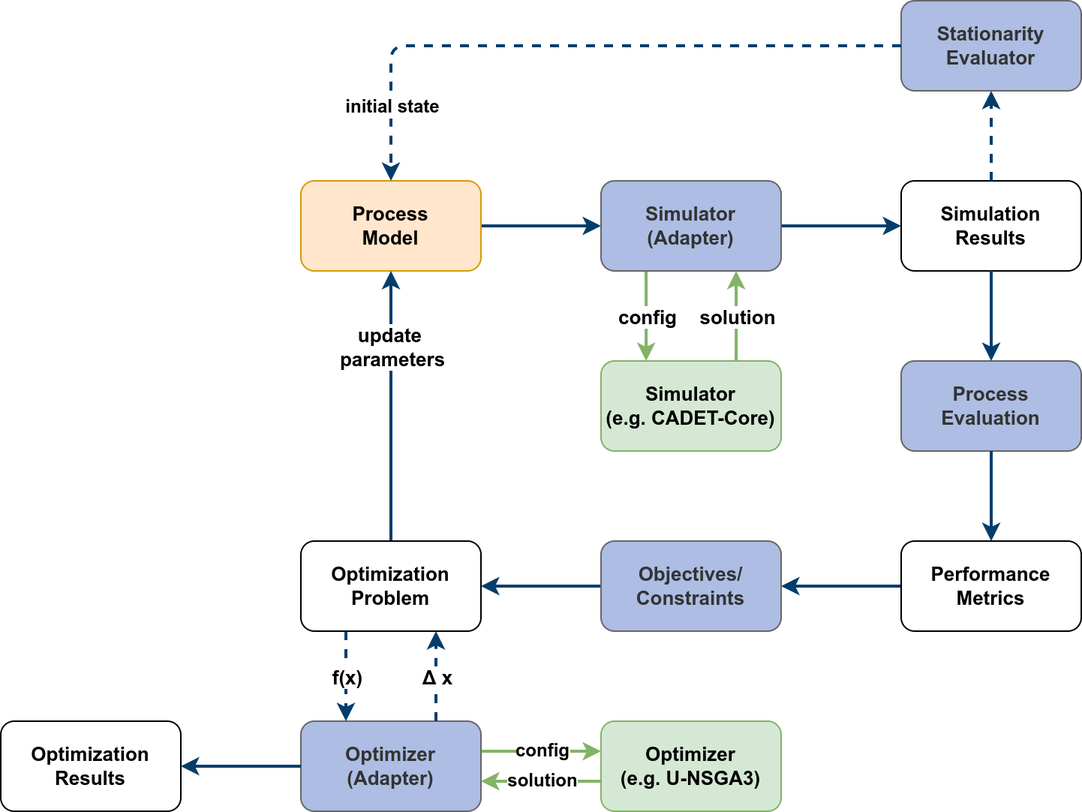
Above: doc/04_implementation/figures/framework_overview.png in schmoelder/diss (draw.io), before the change. Source tidied: cells renumbered, new cells last; positions are measured from the earlier drawing's top-left corner, leaving out a move shared by most shapes.
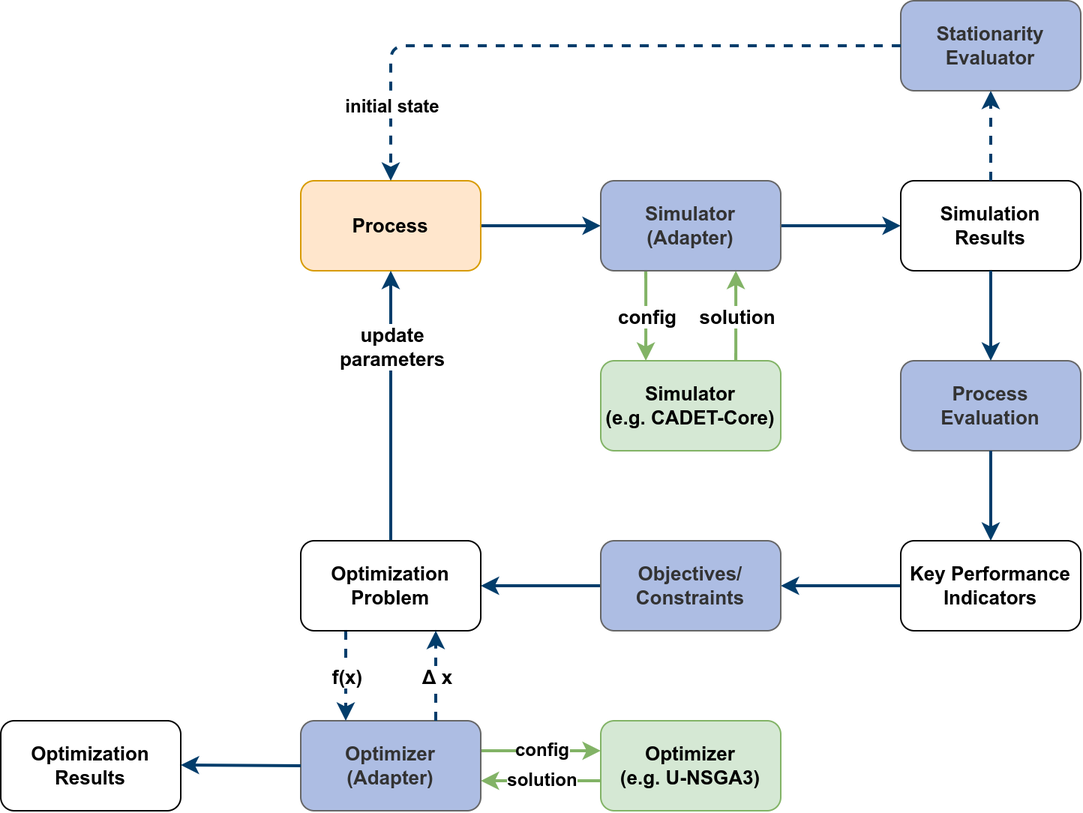
After the change.

The edit, as a diff of the source:
```diff
@@ -2,52 +2,52 @@
   <root>
     <mxCell id="0" />
     <mxCell id="1" parent="0" />
-    <mxCell id="2" style="strokeColor=#023d6b;strokeWidth=2;edgeStyle=orthogonalEdgeStyle;fontSize=13;fontStyle=1;elbow=vertical;startArrow=none;" parent="1" edge="1" source="35" target="27">
+    <mxCell id="2" style="strokeColor=#023d6b;strokeWidth=2;edgeStyle=orthogonalEdgeStyle;fontSize=13;fontStyle=1;elbow=vertical;startArrow=none;labelBackgroundColor=none;" parent="1" edge="1" source="35" target="27">
       <mxGeometry relative="1" as="geometry" />
     </mxCell>
-    <mxCell id="3" style="strokeColor=#023d6b;strokeWidth=2;edgeStyle=elbowEdgeStyle;fontSize=13;fontStyle=1;" parent="1" edge="1" source="31" target="35">
+    <mxCell id="3" style="strokeColor=#023d6b;strokeWidth=2;edgeStyle=elbowEdgeStyle;fontSize=13;fontStyle=1;labelBackgroundColor=none;" parent="1" edge="1" source="31" target="35">
       <mxGeometry relative="1" as="geometry" />
     </mxCell>
-    <mxCell id="4" style="edgeStyle=elbowEdgeStyle;elbow=horizontal;strokeColor=#82b366;strokeWidth=2;fontSize=13;fontStyle=1;fillColor=#d5e8d4;" parent="1" edge="1" source="17" target="22">
+    <mxCell id="4" style="edgeStyle=elbowEdgeStyle;elbow=horizontal;strokeColor=#82b366;strokeWidth=2;fontSize=13;fontStyle=1;fillColor=#d5e8d4;labelBackgroundColor=none;" parent="1" edge="1" source="17" target="22">
       <mxGeometry relative="1" as="geometry">
         <Array as="points">
           <mxPoint x="390.1" y="500" />
         </Array>
       </mxGeometry>
     </mxCell>
-    <mxCell id="5" value="config" style="text;html=1;align=center;verticalAlign=middle;labelBackgroundColor=#ffffff;fontStyle=1;horizontal=1;spacingBottom=0;" parent="4" vertex="1">
+    <mxCell id="5" value="config" style="text;html=1;align=center;verticalAlign=middle;labelBackgroundColor=default;fontStyle=1;horizontal=1;spacingBottom=0;" parent="4" vertex="1">
       <mxGeometry relative="1" as="geometry">
         <mxPoint y="-1" as="offset" />
       </mxGeometry>
     </mxCell>
-    <mxCell id="6" style="edgeStyle=elbowEdgeStyle;elbow=horizontal;strokeColor=#82b366;strokeWidth=2;fontSize=13;fontStyle=1;endArrow=none;endFill=0;startArrow=classic;startFill=1;fillColor=#d5e8d4;" parent="1" edge="1" source="17" target="22">
+    <mxCell id="6" style="edgeStyle=elbowEdgeStyle;elbow=horizontal;strokeColor=#82b366;strokeWidth=2;fontSize=13;fontStyle=1;endArrow=none;endFill=0;startArrow=classic;startFill=1;fillColor=#d5e8d4;labelBackgroundColor=none;" parent="1" edge="1" source="17" target="22">
       <mxGeometry relative="1" as="geometry">
         <Array as="points">
           <mxPoint x="390.1" y="520" />
         </Array>
       </mxGeometry>
     </mxCell>
-    <mxCell id="7" value="solution" style="text;html=1;align=center;verticalAlign=middle;labelBackgroundColor=#ffffff;fontStyle=1;" parent="6" vertex="1">
+    <mxCell id="7" value="solution" style="text;html=1;align=center;verticalAlign=middle;labelBackgroundColor=default;fontStyle=1;" parent="6" vertex="1">
       <mxGeometry relative="1" as="geometry">
         <mxPoint y="-1" as="offset" />
       </mxGeometry>
     </mxCell>
-    <mxCell id="8" style="edgeStyle=elbowEdgeStyle;elbow=horizontal;strokeColor=#023d6b;strokeWidth=2;fontSize=13;fontStyle=1;" parent="1" edge="1" source="9" target="34">
+    <mxCell id="8" style="edgeStyle=elbowEdgeStyle;elbow=horizontal;strokeColor=#023d6b;strokeWidth=2;fontSize=13;fontStyle=1;labelBackgroundColor=none;" parent="1" edge="1" source="9" target="34">
       <mxGeometry relative="1" as="geometry" />
     </mxCell>
-    <mxCell id="9" value="Process&lt;br&gt;Model" style="rounded=1;whiteSpace=wrap;html=1;shadow=0;glass=0;comic=0;fontSize=13;fontStyle=1;fillColor=#ffe6cc;strokeColor=#d79b00;" parent="1" vertex="1">
+    <mxCell id="9" value="Process" style="rounded=1;whiteSpace=wrap;html=1;shadow=0;glass=0;comic=0;fontSize=13;fontStyle=1;fillColor=#ffe6cc;strokeColor=#d79b00;labelBackgroundColor=none;" parent="1" vertex="1">
       <mxGeometry x="200" y="120" width="120" height="60" as="geometry" />
     </mxCell>
-    <mxCell id="10" value="Simulation&lt;br&gt;Results" style="rounded=1;whiteSpace=wrap;html=1;shadow=0;glass=0;comic=0;fontSize=13;fontStyle=1;" parent="1" vertex="1">
+    <mxCell id="10" value="Simulation&lt;br&gt;Results" style="rounded=1;whiteSpace=wrap;html=1;shadow=0;glass=0;comic=0;fontSize=13;fontStyle=1;labelBackgroundColor=none;" parent="1" vertex="1">
       <mxGeometry x="600" y="120" width="120" height="60" as="geometry" />
     </mxCell>
-    <mxCell id="11" style="elbow=horizontal;strokeColor=#023d6b;strokeWidth=2;fontSize=13;fontStyle=1;startArrow=none;dashed=1;" parent="1" edge="1" source="10" target="23">
+    <mxCell id="11" style="elbow=horizontal;strokeColor=#023d6b;strokeWidth=2;fontSize=13;fontStyle=1;startArrow=none;dashed=1;labelBackgroundColor=none;" parent="1" edge="1" source="10" target="23">
       <mxGeometry relative="1" as="geometry" />
     </mxCell>
-    <mxCell id="12" value="Simulator&lt;br&gt;(e.g. CADET-Core)" style="rounded=1;whiteSpace=wrap;html=1;shadow=0;glass=0;comic=0;fillColor=#d5e8d4;strokeColor=#82b366;fontSize=13;fontStyle=1;" parent="1" vertex="1">
+    <mxCell id="12" value="Simulator&lt;br&gt;(e.g. CADET-Core)" style="rounded=1;whiteSpace=wrap;html=1;shadow=0;glass=0;comic=0;fillColor=#d5e8d4;strokeColor=#82b366;fontSize=13;fontStyle=1;labelBackgroundColor=none;" parent="1" vertex="1">
       <mxGeometry x="400" y="240" width="120" height="60" as="geometry" />
     </mxCell>
-    <mxCell id="13" style="edgeStyle=elbowEdgeStyle;elbow=horizontal;strokeColor=#82b366;strokeWidth=2;fontSize=13;fontStyle=1;fillColor=#d5e8d4;" parent="1" edge="1">
+    <mxCell id="13" style="edgeStyle=elbowEdgeStyle;elbow=horizontal;strokeColor=#82b366;strokeWidth=2;fontSize=13;fontStyle=1;fillColor=#d5e8d4;labelBackgroundColor=none;" parent="1" edge="1">
       <mxGeometry relative="1" as="geometry">
         <mxPoint x="490.1" y="240" as="sourcePoint" />
         <mxPoint x="490.1" y="180" as="targetPoint" />
@@ -56,10 +56,10 @@
         </Array>
       </mxGeometry>
     </mxCell>
-    <mxCell id="14" value="solution" style="text;html=1;align=center;verticalAlign=middle;labelBackgroundColor=#ffffff;fontSize=13;fontStyle=1;" parent="13" vertex="1">
+    <mxCell id="14" value="solution" style="text;html=1;align=center;verticalAlign=middle;labelBackgroundColor=default;fontSize=13;fontStyle=1;" parent="13" vertex="1">
       <mxGeometry relative="1" as="geometry" />
     </mxCell>
-    <mxCell id="15" style="edgeStyle=elbowEdgeStyle;elbow=horizontal;strokeColor=#82b366;strokeWidth=2;align=center;fontSize=13;fontStyle=1;fillColor=#d5e8d4;" parent="1" edge="1" source="34" target="12">
+    <mxCell id="15" style="edgeStyle=elbowEdgeStyle;elbow=horizontal;strokeColor=#82b366;strokeWidth=2;align=center;fontSize=13;fontStyle=1;fillColor=#d5e8d4;labelBackgroundColor=none;" parent="1" edge="1" source="34" target="12">
       <mxGeometry relative="1" as="geometry">
         <Array as="points">
           <mxPoint x="430.1" y="200" />
@@ -67,86 +67,86 @@
         </Array>
       </mxGeometry>
     </mxCell>
-    <mxCell id="16" value="config" style="text;html=1;align=center;verticalAlign=middle;labelBackgroundColor=#ffffff;spacing=2;textDirection=ltr;fontSize=13;fontStyle=1;" parent="15" vertex="1">
+    <mxCell id="16" value="config" style="text;html=1;align=center;verticalAlign=middle;labelBackgroundColor=default;spacing=2;textDirection=ltr;fontSize=13;fontStyle=1;" parent="15" vertex="1">
       <mxGeometry relative="1" as="geometry" />
     </mxCell>
-    <mxCell id="17" value="Optimizer&lt;br&gt;(Adapter)" style="rounded=1;whiteSpace=wrap;html=1;shadow=0;glass=0;comic=0;fillColor=#adbde3;strokeColor=#666666;fontColor=#333333;fontSize=13;fontStyle=1;" parent="1" vertex="1">
+    <mxCell id="17" value="Optimizer&lt;br&gt;(Adapter)" style="rounded=1;whiteSpace=wrap;html=1;shadow=0;glass=0;comic=0;fillColor=#adbde3;strokeColor=#666666;fontColor=#333333;fontSize=13;fontStyle=1;labelBackgroundColor=none;" parent="1" vertex="1">
       <mxGeometry x="200" y="480" width="120" height="60" as="geometry" />
     </mxCell>
-    <mxCell id="18" style="strokeColor=#023d6b;strokeWidth=2;edgeStyle=elbowEdgeStyle;fontSize=13;fontStyle=1;startArrow=none;dashed=1;" parent="1" edge="1" source="27" target="17">
+    <mxCell id="18" style="strokeColor=#023d6b;strokeWidth=2;edgeStyle=elbowEdgeStyle;fontSize=13;fontStyle=1;startArrow=none;dashed=1;labelBackgroundColor=none;" parent="1" edge="1" source="27" target="17">
       <mxGeometry relative="1" as="geometry">
         <Array as="points">
           <mxPoint x="230" y="450" />
         </Array>
       </mxGeometry>
     </mxCell>
-    <mxCell id="19" value="f(x)" style="text;html=1;align=center;verticalAlign=middle;labelBackgroundColor=#ffffff;fontSize=13;fontStyle=1;" parent="18" vertex="1">
+    <mxCell id="19" value="f(x)" style="text;html=1;align=center;verticalAlign=middle;labelBackgroundColor=default;fontSize=13;fontStyle=1;" parent="18" vertex="1">
       <mxGeometry relative="1" as="geometry" />
     </mxCell>
-    <mxCell id="20" style="strokeColor=#023d6b;strokeWidth=2;edgeStyle=elbowEdgeStyle;elbow=vertical;fontSize=13;fontStyle=1;" parent="1" edge="1" source="27" target="9">
+    <mxCell id="20" style="strokeColor=#023d6b;strokeWidth=2;edgeStyle=elbowEdgeStyle;elbow=vertical;fontSize=13;fontStyle=1;labelBackgroundColor=none;" parent="1" edge="1" source="27" target="9">
       <mxGeometry relative="1" as="geometry" />
     </mxCell>
-    <mxCell id="21" value="update &lt;br&gt;parameters" style="text;html=1;align=center;verticalAlign=middle;labelBackgroundColor=#ffffff;fontSize=13;fontStyle=1;" parent="20" vertex="1">
+    <mxCell id="21" value="update &lt;br&gt;parameters" style="text;html=1;align=center;verticalAlign=middle;labelBackgroundColor=default;fontSize=13;fontStyle=1;" parent="20" vertex="1">
       <mxGeometry relative="1" as="geometry">
         <mxPoint y="-40" as="offset" />
       </mxGeometry>
     </mxCell>
-    <mxCell id="22" value="Optimizer&lt;br&gt;(e.g. U-NSGA3)" style="rounded=1;whiteSpace=wrap;html=1;shadow=0;glass=0;comic=0;fillColor=#d5e8d4;strokeColor=#82b366;fontSize=13;fontStyle=1;" parent="1" vertex="1">
+    <mxCell id="22" value="Optimizer&lt;br&gt;(e.g. U-NSGA3)" style="rounded=1;whiteSpace=wrap;html=1;shadow=0;glass=0;comic=0;fillColor=#d5e8d4;strokeColor=#82b366;fontSize=13;fontStyle=1;labelBackgroundColor=none;" parent="1" vertex="1">
       <mxGeometry x="400" y="480" width="120" height="60" as="geometry" />
     </mxCell>
-    <mxCell id="23" value="Stationarity&lt;br&gt;Evaluator" style="rounded=1;whiteSpace=wrap;html=1;shadow=0;glass=0;comic=0;fillColor=#adbde3;strokeColor=#666666;fontColor=#333333;fontSize=13;fontStyle=1;" parent="1" vertex="1">
+    <mxCell id="23" value="Stationarity&lt;br&gt;Evaluator" style="rounded=1;whiteSpace=wrap;html=1;shadow=0;glass=0;comic=0;fillColor=#adbde3;strokeColor=#666666;fontColor=#333333;fontSize=13;fontStyle=1;labelBackgroundColor=none;" parent="1" vertex="1">
       <mxGeometry x="600" width="120" height="60" as="geometry" />
     </mxCell>
-    <mxCell id="24" style="edgeStyle=elbowEdgeStyle;strokeColor=#023d6b;strokeWidth=2;fontSize=13;fontStyle=1;startArrow=none;elbow=vertical;dashed=1;" parent="1" edge="1" source="23" target="9">
+    <mxCell id="24" style="edgeStyle=elbowEdgeStyle;strokeColor=#023d6b;strokeWidth=2;fontSize=13;fontStyle=1;startArrow=none;elbow=vertical;dashed=1;labelBackgroundColor=none;" parent="1" edge="1" source="23" target="9">
       <mxGeometry relative="1" as="geometry">
         <Array as="points">
           <mxPoint x="430.1" y="30" />
         </Array>
       </mxGeometry>
     </mxCell>
-    <mxCell id="25" value="initial state" style="text;html=1;align=center;verticalAlign=middle;labelBackgroundColor=#ffffff;fontStyle=1;" parent="24" vertex="1">
+    <mxCell id="25" value="initial state" style="text;html=1;align=center;verticalAlign=middle;labelBackgroundColor=default;fontStyle=1;" parent="24" vertex="1">
       <mxGeometry relative="1" as="geometry">
         <mxPoint x="-125" y="40" as="offset" />
       </mxGeometry>
     </mxCell>
-    <mxCell id="26" value="Process&lt;br&gt;Evaluation" style="rounded=1;whiteSpace=wrap;html=1;shadow=0;glass=0;comic=0;fillColor=#adbde3;strokeColor=#666666;fontColor=#333333;fontSize=13;fontStyle=1;" parent="1" vertex="1">
+    <mxCell id="26" value="Process&lt;br&gt;Evaluation" style="rounded=1;whiteSpace=wrap;html=1;shadow=0;glass=0;comic=0;fillColor=#adbde3;strokeColor=#666666;fontColor=#333333;fontSize=13;fontStyle=1;labelBackgroundColor=none;" parent="1" vertex="1">
       <mxGeometry x="600" y="240" width="120" height="60" as="geometry" />
     </mxCell>
-    <mxCell id="27" value="&lt;div&gt;Optimization&lt;/div&gt;&lt;div&gt;Problem&lt;br&gt;&lt;/div&gt;" style="rounded=1;whiteSpace=wrap;html=1;shadow=0;glass=0;comic=0;fontSize=13;fontStyle=1;" parent="1" vertex="1">
+    <mxCell id="27" value="&lt;div&gt;Optimization&lt;/div&gt;&lt;div&gt;Problem&lt;br&gt;&lt;/div&gt;" style="rounded=1;whiteSpace=wrap;html=1;shadow=0;glass=0;comic=0;fontSize=13;fontStyle=1;labelBackgroundColor=none;" parent="1" vertex="1">
       <mxGeometry x="200" y="360" width="120" height="60" as="geometry" />
     </mxCell>
-    <mxCell id="28" style="strokeColor=#023d6b;strokeWidth=2;edgeStyle=orthogonalEdgeStyle;elbow=vertical;curved=1;fontSize=13;fontStyle=1;startArrow=none;" parent="1" edge="1" source="26" target="31">
+    <mxCell id="28" style="strokeColor=#023d6b;strokeWidth=2;edgeStyle=orthogonalEdgeStyle;elbow=vertical;curved=1;fontSize=13;fontStyle=1;startArrow=none;labelBackgroundColor=none;" parent="1" edge="1" source="26" target="31">
       <mxGeometry relative="1" as="geometry" />
     </mxCell>
-    <mxCell id="29" style="strokeColor=#023d6b;strokeWidth=2;fontSize=13;fontStyle=1;edgeStyle=elbowEdgeStyle;startArrow=none;dashed=1;" parent="1" edge="1" source="17" target="27">
+    <mxCell id="29" style="strokeColor=#023d6b;strokeWidth=2;fontSize=13;fontStyle=1;edgeStyle=elbowEdgeStyle;startArrow=none;dashed=1;labelBackgroundColor=none;" parent="1" edge="1" source="17" target="27">
       <mxGeometry relative="1" as="geometry">
         <Array as="points">
           <mxPoint x="290" y="430" />
         </Array>
       </mxGeometry>
     </mxCell>
-    <mxCell id="30" value="&lt;font style=&quot;font-size: 13px&quot;&gt;Δ x&lt;/font&gt;" style="text;html=1;align=center;verticalAlign=middle;labelBackgroundColor=#ffffff;fontSize=13;fontStyle=1;" parent="29" vertex="1">
+    <mxCell id="30" value="&lt;font style=&quot;font-size: 13px&quot;&gt;Δ x&lt;/font&gt;" style="text;html=1;align=center;verticalAlign=middle;labelBackgroundColor=default;fontSize=13;fontStyle=1;" parent="29" vertex="1">
       <mxGeometry relative="1" as="geometry" />
     </mxCell>
-    <mxCell id="31" value="Performance Metrics" style="rounded=1;whiteSpace=wrap;html=1;shadow=0;glass=0;comic=0;fontSize=13;fontStyle=1;" parent="1" vertex="1">
+    <mxCell id="31" value="Key Performance Indicators" style="rounded=1;whiteSpace=wrap;html=1;shadow=0;glass=0;comic=0;fontSize=13;fontStyle=1;labelBackgroundColor=none;" parent="1" vertex="1">
       <mxGeometry x="600" y="360" width="120" height="60" as="geometry" />
     </mxCell>
-    <mxCell id="32" style="edgeStyle=elbowEdgeStyle;elbow=horizontal;strokeColor=#023d6b;strokeWidth=2;fontSize=13;fontStyle=1;" parent="1" edge="1" source="34" target="10">
+    <mxCell id="32" style="edgeStyle=elbowEdgeStyle;elbow=horizontal;strokeColor=#023d6b;strokeWidth=2;fontSize=13;fontStyle=1;labelBackgroundColor=none;" parent="1" edge="1" source="34" target="10">
       <mxGeometry relative="1" as="geometry" />
     </mxCell>
-    <mxCell id="33" style="edgeStyle=elbowEdgeStyle;elbow=vertical;strokeColor=#023d6b;strokeWidth=2;fontSize=13;fontStyle=1;" parent="1" edge="1" source="10" target="26">
+    <mxCell id="33" style="edgeStyle=elbowEdgeStyle;elbow=vertical;strokeColor=#023d6b;strokeWidth=2;fontSize=13;fontStyle=1;labelBackgroundColor=none;" parent="1" edge="1" source="10" target="26">
       <mxGeometry relative="1" as="geometry" />
     </mxCell>
-    <mxCell id="34" value="&lt;div&gt;Simulator&lt;br&gt;(Adapter)&lt;/div&gt;" style="rounded=1;whiteSpace=wrap;html=1;shadow=0;glass=0;comic=0;fillColor=#adbde3;strokeColor=#666666;fontColor=#333333;fontSize=13;fontStyle=1;" parent="1" vertex="1">
+    <mxCell id="34" value="&lt;div&gt;Simulator&lt;br&gt;(Adapter)&lt;/div&gt;" style="rounded=1;whiteSpace=wrap;html=1;shadow=0;glass=0;comic=0;fillColor=#adbde3;strokeColor=#666666;fontColor=#333333;fontSize=13;fontStyle=1;labelBackgroundColor=none;" parent="1" vertex="1">
       <mxGeometry x="400" y="120" width="120" height="60" as="geometry" />
     </mxCell>
-    <mxCell id="35" value="Objectives/&lt;br&gt;Constraints" style="rounded=1;whiteSpace=wrap;html=1;shadow=0;glass=0;comic=0;fontSize=13;fontStyle=1;fillColor=#adbde3;strokeColor=#666666;fontColor=#333333;" parent="1" vertex="1">
+    <mxCell id="35" value="Objectives/&lt;br&gt;Constraints" style="rounded=1;whiteSpace=wrap;html=1;shadow=0;glass=0;comic=0;fontSize=13;fontStyle=1;fillColor=#adbde3;strokeColor=#666666;fontColor=#333333;labelBackgroundColor=none;" parent="1" vertex="1">
       <mxGeometry x="400" y="360" width="120" height="60" as="geometry" />
     </mxCell>
-    <mxCell id="36" value="&lt;div&gt;Optimization&lt;/div&gt;&lt;div&gt;Results&lt;br&gt;&lt;/div&gt;" style="rounded=1;whiteSpace=wrap;html=1;shadow=0;glass=0;comic=0;fontSize=13;fontStyle=1;" parent="1" vertex="1">
+    <mxCell id="36" value="&lt;div&gt;Optimization&lt;/div&gt;&lt;div&gt;Results&lt;br&gt;&lt;/div&gt;" style="rounded=1;whiteSpace=wrap;html=1;shadow=0;glass=0;comic=0;fontSize=13;fontStyle=1;labelBackgroundColor=none;" parent="1" vertex="1">
       <mxGeometry y="480" width="120" height="60" as="geometry" />
     </mxCell>
-    <mxCell id="37" style="strokeColor=#023d6b;strokeWidth=2;edgeStyle=elbowEdgeStyle;elbow=vertical;fontSize=13;fontStyle=1;entryX=1;entryY=0.5;entryDx=0;entryDy=0;exitX=0;exitY=0.5;exitDx=0;exitDy=0;" parent="1" edge="1" source="17" target="36">
+    <mxCell id="37" style="strokeColor=#023d6b;strokeWidth=2;edgeStyle=elbowEdgeStyle;elbow=vertical;fontSize=13;fontStyle=1;entryX=1;entryY=0.5;entryDx=0;entryDy=0;exitX=0;exitY=0.5;exitDx=0;exitDy=0;labelBackgroundColor=none;" parent="1" edge="1" source="17" target="36">
       <mxGeometry relative="1" as="geometry" />
     </mxCell>
   </root>
```
